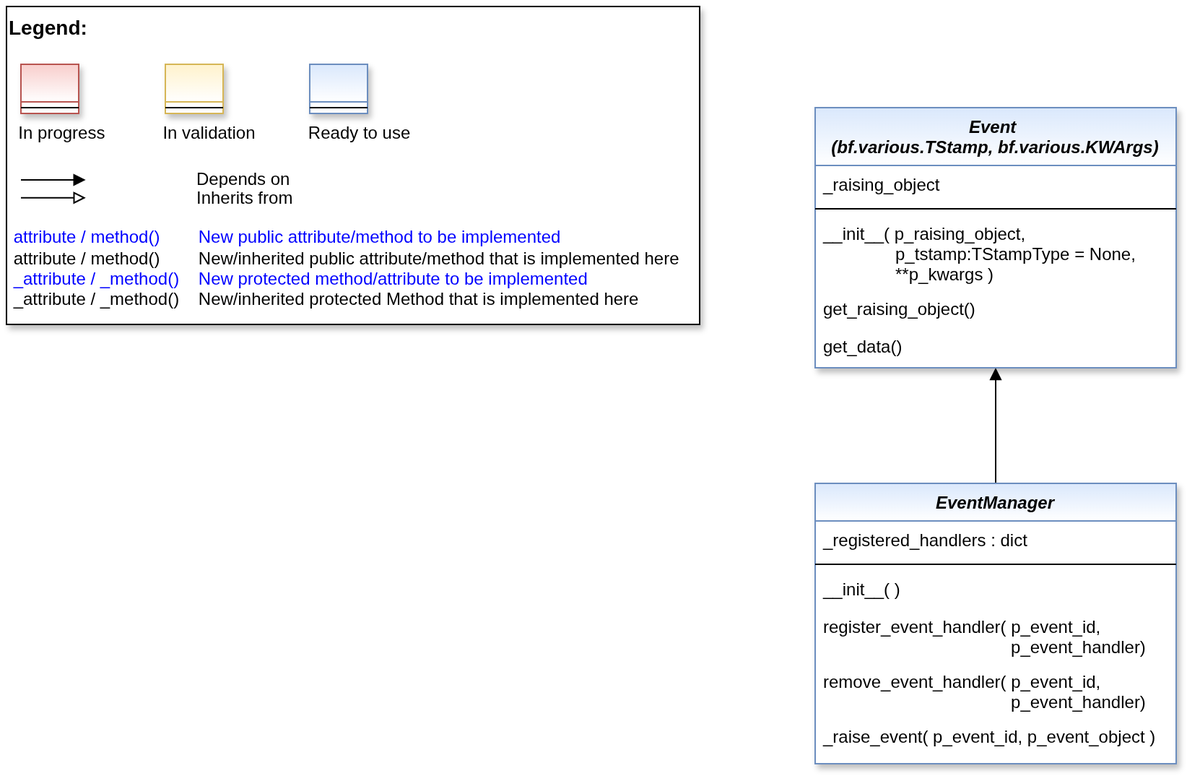
The draw.io diagram doc/rtd/content/99_appendices/appendix2/sub/mlpro_bf/layer1_computation/images/MLPro-BF-Events_class_diagram.drawio.png in blueaic/mlpro, before a commit. Source tidied: cells renumbered, new cells last; positions are measured from the earlier drawing's top-left corner, leaving out a move shared by most shapes.
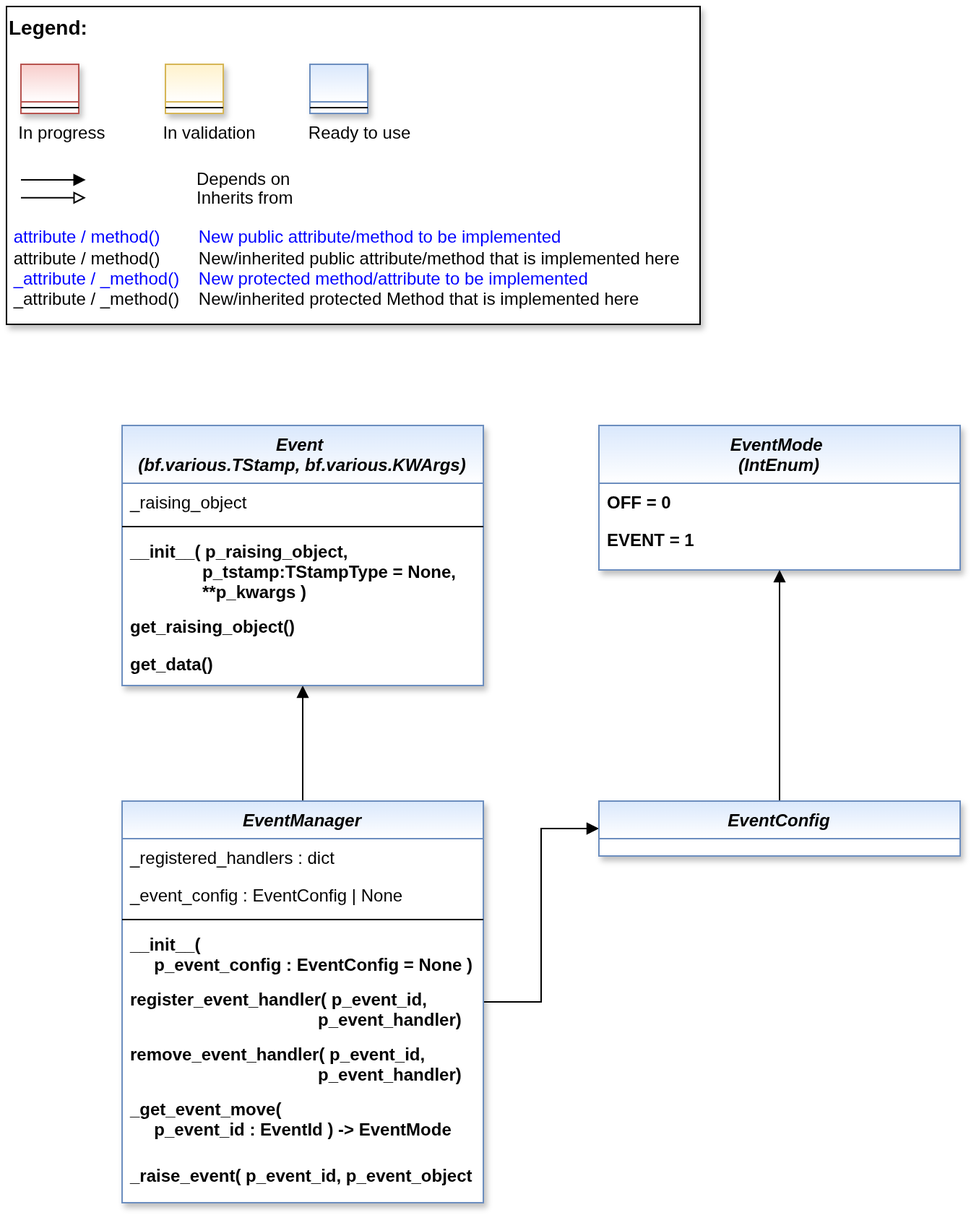
Above is the later version.

Commit message:
Redesign event management Fixes #28

Change to the diagram source:
```diff
@@ -2,88 +2,112 @@
   <root>
     <mxCell id="0" />
     <mxCell id="1" parent="0" />
-    <mxCell id="2" style="edgeStyle=orthogonalEdgeStyle;rounded=0;jettySize=auto;html=1;entryX=0.5;entryY=1;entryDx=0;entryDy=0;endArrow=block;endFill=1;" parent="1" edge="1" source="3" target="10">
+    <mxCell id="2" style="edgeStyle=orthogonalEdgeStyle;rounded=0;jettySize=auto;html=1;entryX=0.5;entryY=1;entryDx=0;entryDy=0;endArrow=block;endFill=1;" parent="1" edge="1" source="4" target="13">
       <mxGeometry relative="1" as="geometry" />
     </mxCell>
-    <mxCell id="3" value="EventManager" style="swimlane;fontStyle=3;align=center;verticalAlign=top;horizontal=1;startSize=26;rounded=0;shadow=1;strokeWidth=1;fillColor=#dae8fc;strokeColor=#6c8ebf;swimlaneFillColor=#ffffff;gradientColor=#ffffff;" parent="1" vertex="1">
-      <mxGeometry x="560" y="330" width="250" height="194" as="geometry" />
+    <mxCell id="3" style="edgeStyle=orthogonalEdgeStyle;rounded=0;jettySize=auto;html=1;endArrow=block;endFill=1;" parent="1" edge="1" source="4" target="33">
+      <mxGeometry relative="1" as="geometry" />
     </mxCell>
-    <mxCell id="4" value="_registered_handlers : dict" style="text;align=left;verticalAlign=top;spacingLeft=4;spacingRight=4;overflow=hidden;points=[[0,0.5],[1,0.5]];portConstraint=eastwest;" parent="3" vertex="1">
-      <mxGeometry y="26" width="250" height="26" as="geometry" />
+    <mxCell id="4" value="EventManager" style="swimlane;fontStyle=3;align=center;verticalAlign=top;horizontal=1;startSize=26;rounded=0;shadow=1;strokeWidth=1;fillColor=#dae8fc;strokeColor=#6c8ebf;swimlaneFillColor=#ffffff;gradientColor=#ffffff;" parent="1" vertex="1">
+      <mxGeometry x="80" y="550" width="250" height="278" as="geometry" />
     </mxCell>
-    <mxCell id="5" style="line;html=1;strokeWidth=1;align=left;verticalAlign=middle;spacingTop=-1;spacingLeft=3;spacingRight=3;labelPosition=right;" parent="3" vertex="1">
-      <mxGeometry y="52" width="250" height="8" as="geometry" />
+    <mxCell id="5" value="_registered_handlers : dict" style="text;align=left;verticalAlign=top;spacingLeft=4;spacingRight=4;overflow=hidden;" parent="4" vertex="1">
+      <mxGeometry y="26" width="250" height="26" as="geometry" />
     </mxCell>
-    <mxCell id="6" value="__init__( )" style="text;align=left;verticalAlign=top;spacingLeft=4;spacingRight=4;overflow=hidden;" parent="3" vertex="1">
-      <mxGeometry y="60" width="250" height="26" as="geometry" />
+    <mxCell id="6" value="_event_config : EventConfig | None" style="text;align=left;verticalAlign=top;spacingLeft=4;spacingRight=4;overflow=hidden;" parent="4" vertex="1">
+      <mxGeometry y="52" width="250" height="26" as="geometry" />
     </mxCell>
-    <mxCell id="7" value="register_event_handler( p_event_id, &#10;                                       p_event_handler)" style="text;align=left;verticalAlign=top;spacingLeft=4;spacingRight=4;overflow=hidden;fontColor=default;" parent="3" vertex="1">
-      <mxGeometry y="86" width="250" height="38" as="geometry" />
+    <mxCell id="7" style="line;html=1;strokeWidth=1;align=left;verticalAlign=middle;spacingTop=-1;spacingLeft=3;spacingRight=3;labelPosition=right;" parent="4" vertex="1">
+      <mxGeometry y="78" width="250" height="8" as="geometry" />
     </mxCell>
-    <mxCell id="8" value="remove_event_handler( p_event_id, &#10;                                       p_event_handler)" style="text;align=left;verticalAlign=top;spacingLeft=4;spacingRight=4;overflow=hidden;fontColor=default;" parent="3" vertex="1">
-      <mxGeometry y="124" width="250" height="38" as="geometry" />
+    <mxCell id="8" value="__init__( &#10;     p_event_config : EventConfig = None )" style="text;align=left;verticalAlign=top;spacingLeft=4;spacingRight=4;overflow=hidden;fontStyle=1;" parent="4" vertex="1">
+      <mxGeometry y="86" width="250" height="38" as="geometry" />
     </mxCell>
-    <mxCell id="9" value="_raise_event( p_event_id, p_event_object )" style="text;align=left;verticalAlign=top;spacingLeft=4;spacingRight=4;overflow=hidden;fontColor=default;" parent="3" vertex="1">
-      <mxGeometry y="162" width="250" height="32" as="geometry" />
+    <mxCell id="9" value="register_event_handler( p_event_id, &#10;                                       p_event_handler)" style="text;align=left;verticalAlign=top;spacingLeft=4;spacingRight=4;overflow=hidden;fontColor=default;fontStyle=1;" parent="4" vertex="1">
+      <mxGeometry y="124" width="250" height="38" as="geometry" />
     </mxCell>
-    <mxCell id="10" value="Event &#10;(bf.various.TStamp, bf.various.KWArgs)" style="swimlane;fontStyle=3;align=center;verticalAlign=top;horizontal=1;startSize=40;rounded=0;shadow=1;strokeWidth=1;fillColor=#dae8fc;strokeColor=#6c8ebf;glass=0;swimlaneFillColor=#ffffff;gradientColor=#ffffff;" parent="1" vertex="1">
-      <mxGeometry x="560" y="70" width="250" height="180" as="geometry" />
+    <mxCell id="10" value="remove_event_handler( p_event_id, &#10;                                       p_event_handler)" style="text;align=left;verticalAlign=top;spacingLeft=4;spacingRight=4;overflow=hidden;points=[[0,0.5],[1,0.5]];portConstraint=eastwest;fontColor=default;fontStyle=1;" parent="4" vertex="1">
+      <mxGeometry y="162" width="250" height="38" as="geometry" />
     </mxCell>
-    <mxCell id="11" value="_raising_object" style="text;align=left;verticalAlign=top;spacingLeft=4;spacingRight=4;overflow=hidden;" parent="10" vertex="1">
-      <mxGeometry y="40" width="250" height="26" as="geometry" />
+    <mxCell id="11" value="_get_event_move( &#10;     p_event_id : EventId ) -&gt; EventMode" style="text;align=left;verticalAlign=top;spacingLeft=4;spacingRight=4;overflow=hidden;fontColor=default;fontStyle=1;" parent="4" vertex="1">
+      <mxGeometry y="200" width="250" height="46" as="geometry" />
     </mxCell>
-    <mxCell id="12" style="line;html=1;strokeWidth=1;align=left;verticalAlign=middle;spacingTop=-1;spacingLeft=3;spacingRight=3;labelPosition=right;" parent="10" vertex="1">
-      <mxGeometry y="66" width="250" height="8" as="geometry" />
+    <mxCell id="12" value="_raise_event( p_event_id, p_event_object )" style="text;align=left;verticalAlign=top;spacingLeft=4;spacingRight=4;overflow=hidden;fontColor=default;fontStyle=1;" parent="4" vertex="1">
+      <mxGeometry y="246" width="250" height="32" as="geometry" />
     </mxCell>
-    <mxCell id="13" value="__init__( p_raising_object, &#10;               p_tstamp:TStampType = None, &#10;               **p_kwargs )" style="text;align=left;verticalAlign=top;spacingLeft=4;spacingRight=4;overflow=hidden;points=[[0,0.5],[1,0.5]];portConstraint=eastwest;" parent="10" vertex="1">
-      <mxGeometry y="74" width="250" height="52" as="geometry" />
+    <mxCell id="13" value="Event &#10;(bf.various.TStamp, bf.various.KWArgs)" style="swimlane;fontStyle=3;align=center;verticalAlign=top;horizontal=1;startSize=40;rounded=0;shadow=1;strokeWidth=1;fillColor=#dae8fc;strokeColor=#6c8ebf;glass=0;swimlaneFillColor=#ffffff;gradientColor=#ffffff;" parent="1" vertex="1">
+      <mxGeometry x="80" y="290" width="250" height="180" as="geometry" />
     </mxCell>
-    <mxCell id="14" value="get_raising_object()" style="text;align=left;verticalAlign=top;spacingLeft=4;spacingRight=4;overflow=hidden;fontColor=default;" parent="10" vertex="1">
-      <mxGeometry y="126" width="250" height="26" as="geometry" />
+    <mxCell id="14" value="_raising_object" style="text;align=left;verticalAlign=top;spacingLeft=4;spacingRight=4;overflow=hidden;" parent="13" vertex="1">
+      <mxGeometry y="40" width="250" height="26" as="geometry" />
     </mxCell>
-    <mxCell id="15" value="get_data()" style="text;align=left;verticalAlign=top;spacingLeft=4;spacingRight=4;overflow=hidden;fontColor=default;" parent="10" vertex="1">
-      <mxGeometry y="152" width="250" height="26" as="geometry" />
+    <mxCell id="15" style="line;html=1;strokeWidth=1;align=left;verticalAlign=middle;spacingTop=-1;spacingLeft=3;spacingRight=3;labelPosition=right;" parent="13" vertex="1">
+      <mxGeometry y="66" width="250" height="8" as="geometry" />
     </mxCell>
-    <mxCell id="16" style="group;" parent="1" vertex="1">
-      <mxGeometry width="480" height="220" as="geometry" />
+    <mxCell id="16" value="__init__( p_raising_object, &#10;               p_tstamp:TStampType = None, &#10;               **p_kwargs )" style="text;align=left;verticalAlign=top;spacingLeft=4;spacingRight=4;overflow=hidden;fontStyle=1;" parent="13" vertex="1">
+      <mxGeometry y="74" width="250" height="52" as="geometry" />
     </mxCell>
-    <mxCell id="17" value="&lt;font color=&quot;#000000&quot; size=&quot;1&quot;&gt;&lt;b style=&quot;font-size: 14px&quot;&gt;Legend:&lt;br&gt;&lt;/b&gt;&lt;/font&gt;&lt;br&gt;&lt;br&gt;&lt;br&gt;&lt;font color=&quot;#0000ff&quot; style=&quot;font-size: 6px&quot;&gt;&lt;br&gt;&lt;/font&gt;&lt;span style=&quot;color: rgb(0 , 0 , 0)&quot;&gt;&lt;font style=&quot;font-size: 4px&quot;&gt;&amp;nbsp; &amp;nbsp;&lt;/font&gt;&amp;nbsp;In progress&amp;nbsp; &amp;nbsp; &amp;nbsp; &amp;nbsp; &amp;nbsp; &amp;nbsp; In validation&amp;nbsp; &amp;nbsp; &amp;nbsp; &amp;nbsp; &amp;nbsp; &amp;nbsp;Ready to use&lt;/span&gt;&lt;font color=&quot;#000000&quot;&gt;&amp;nbsp;&lt;br&gt;&lt;/font&gt;&lt;font color=&quot;#0000ff&quot;&gt;&lt;br&gt;&lt;br&gt;&lt;br&gt;&lt;br&gt;&amp;nbsp;attribute / method()&amp;nbsp; &amp;nbsp; &amp;nbsp; &amp;nbsp; New public attribute/method to be implemented&lt;/font&gt;&lt;br&gt;&lt;font color=&quot;#000000&quot;&gt;&amp;nbsp;&lt;/font&gt;&lt;font color=&quot;#000000&quot;&gt;attribute / method()&lt;span&gt;&#9;&lt;/span&gt;&amp;nbsp; &amp;nbsp; &amp;nbsp; &amp;nbsp;New/inherited public attribute/method that is implemented here&lt;br&gt;&lt;/font&gt;&lt;font color=&quot;#0000ff&quot;&gt;&amp;nbsp;_attribute /&amp;nbsp;&lt;/font&gt;&lt;font color=&quot;#0000ff&quot;&gt;_method()&amp;nbsp; &amp;nbsp; New protected method/attribute to be implemented&lt;/font&gt;&lt;br&gt;&lt;font color=&quot;#000000&quot;&gt;&amp;nbsp;_attribute / _method()&amp;nbsp; &amp;nbsp; New/inherited protected Method that is implemented here&lt;br&gt;&lt;/font&gt;&lt;font color=&quot;#000000&quot;&gt;&lt;br&gt;&lt;br&gt;&lt;br&gt;&lt;br&gt;&lt;br&gt;&lt;/font&gt;" style="text;html=1;align=left;verticalAlign=top;whiteSpace=wrap;rounded=0;fontColor=#006600;strokeColor=#000000;shadow=1;fillColor=#ffffff;" parent="16" vertex="1">
-      <mxGeometry width="480" height="220" as="geometry" />
+    <mxCell id="17" value="get_raising_object()" style="text;align=left;verticalAlign=top;spacingLeft=4;spacingRight=4;overflow=hidden;fontColor=default;fontStyle=1;" parent="13" vertex="1">
+      <mxGeometry y="126" width="250" height="26" as="geometry" />
     </mxCell>
-    <mxCell id="18" value="Depends on" style="endArrow=block;html=1;labelPosition=right;verticalLabelPosition=middle;align=left;verticalAlign=middle;endFill=1;fontSize=12;" parent="16" edge="1">
-      <mxGeometry x="-1590" y="-2180" as="geometry">
-        <mxPoint x="10" y="120" as="sourcePoint" />
-        <mxPoint x="54.8" y="120" as="targetPoint" />
-        <Array as="points">
-          <mxPoint x="30" y="120" />
-        </Array>
-        <mxPoint x="98" as="offset" />
-      </mxGeometry>
+    <mxCell id="18" value="get_data()" style="text;align=left;verticalAlign=top;spacingLeft=4;spacingRight=4;overflow=hidden;fontColor=default;fontStyle=1;" parent="13" vertex="1">
+      <mxGeometry y="152" width="250" height="26" as="geometry" />
     </mxCell>
-    <mxCell id="19" value="Inherits from" style="endArrow=block;html=1;labelPosition=right;verticalLabelPosition=middle;align=left;verticalAlign=middle;endFill=0;fontSize=12;" parent="16" edge="1">
-      <mxGeometry x="-1590" y="-2180" as="geometry">
-        <mxPoint x="10" y="132.4" as="sourcePoint" />
-        <mxPoint x="54.8" y="132.4" as="targetPoint" />
-        <mxPoint x="98" y="1" as="offset" />
-      </mxGeometry>
+    <mxCell id="19" style="group;" parent="1" vertex="1">
+      <mxGeometry width="480" height="220" as="geometry" />
     </mxCell>
-    <mxCell id="20" style="swimlane;fontStyle=3;align=center;verticalAlign=top;horizontal=1;startSize=26;rounded=0;shadow=1;strokeWidth=1;fillColor=#f8cecc;strokeColor=#b85450;gradientColor=#ffffff;swimlaneFillColor=#ffffff;" parent="16" vertex="1">
-      <mxGeometry x="10" y="40" width="40" height="34" as="geometry" />
+    <mxCell id="20" value="&lt;font color=&quot;#000000&quot; size=&quot;1&quot;&gt;&lt;b style=&quot;font-size: 14px&quot;&gt;Legend:&lt;br&gt;&lt;/b&gt;&lt;/font&gt;&lt;br&gt;&lt;br&gt;&lt;br&gt;&lt;font color=&quot;#0000ff&quot; style=&quot;font-size: 6px&quot;&gt;&lt;br&gt;&lt;/font&gt;&lt;span style=&quot;color: rgb(0 , 0 , 0)&quot;&gt;&lt;font style=&quot;font-size: 4px&quot;&gt;&amp;nbsp; &amp;nbsp;&lt;/font&gt;&amp;nbsp;In progress&amp;nbsp; &amp;nbsp; &amp;nbsp; &amp;nbsp; &amp;nbsp; &amp;nbsp; In validation&amp;nbsp; &amp;nbsp; &amp;nbsp; &amp;nbsp; &amp;nbsp; &amp;nbsp;Ready to use&lt;/span&gt;&lt;font color=&quot;#000000&quot;&gt;&amp;nbsp;&lt;br&gt;&lt;/font&gt;&lt;font color=&quot;#0000ff&quot;&gt;&lt;br&gt;&lt;br&gt;&lt;br&gt;&lt;br&gt;&amp;nbsp;attribute / method()&amp;nbsp; &amp;nbsp; &amp;nbsp; &amp;nbsp; New public attribute/method to be implemented&lt;/font&gt;&lt;br&gt;&lt;font color=&quot;#000000&quot;&gt;&amp;nbsp;&lt;/font&gt;&lt;font color=&quot;#000000&quot;&gt;attribute / method()&lt;span&gt;&#9;&lt;/span&gt;&amp;nbsp; &amp;nbsp; &amp;nbsp; &amp;nbsp;New/inherited public attribute/method that is implemented here&lt;br&gt;&lt;/font&gt;&lt;font color=&quot;#0000ff&quot;&gt;&amp;nbsp;_attribute /&amp;nbsp;&lt;/font&gt;&lt;font color=&quot;#0000ff&quot;&gt;_method()&amp;nbsp; &amp;nbsp; New protected method/attribute to be implemented&lt;/font&gt;&lt;br&gt;&lt;font color=&quot;#000000&quot;&gt;&amp;nbsp;_attribute / _method()&amp;nbsp; &amp;nbsp; New/inherited protected Method that is implemented here&lt;br&gt;&lt;/font&gt;&lt;font color=&quot;#000000&quot;&gt;&lt;br&gt;&lt;br&gt;&lt;br&gt;&lt;br&gt;&lt;br&gt;&lt;/font&gt;" style="text;html=1;align=left;verticalAlign=top;whiteSpace=wrap;rounded=0;fontColor=#006600;strokeColor=#000000;shadow=1;fillColor=#ffffff;" parent="19" vertex="1">
+      <mxGeometry width="480" height="220" as="geometry" />
     </mxCell>
-    <mxCell id="21" style="line;html=1;strokeWidth=1;align=left;verticalAlign=middle;spacingTop=-1;spacingLeft=3;spacingRight=3;labelPosition=right;" parent="20" vertex="1">
-      <mxGeometry y="26" width="40" height="8" as="geometry" />
+    <mxCell id="21" value="Depends on" style="endArrow=block;html=1;labelPosition=right;verticalLabelPosition=middle;align=left;verticalAlign=middle;endFill=1;fontSize=12;" parent="19" edge="1">
+      <mxGeometry x="-1590" y="-2180" as="geometry">
+        <mxPoint x="10" y="120" as="sourcePoint" />
+        <mxPoint x="54.8" y="120" as="targetPoint" />
+        <Array as="points">
+          <mxPoint x="30" y="120" />
+        </Array>
+        <mxPoint x="98" as="offset" />
+      </mxGeometry>
     </mxCell>
-    <mxCell id="22" style="swimlane;fontStyle=3;align=center;verticalAlign=top;horizontal=1;startSize=26;rounded=0;shadow=1;strokeWidth=1;fillColor=#fff2cc;strokeColor=#d6b656;gradientColor=#ffffff;swimlaneFillColor=#ffffff;" parent="16" vertex="1">
-      <mxGeometry x="110" y="40" width="40" height="34" as="geometry" />
+    <mxCell id="22" value="Inherits from" style="endArrow=block;html=1;labelPosition=right;verticalLabelPosition=middle;align=left;verticalAlign=middle;endFill=0;fontSize=12;" parent="19" edge="1">
+      <mxGeometry x="-1590" y="-2180" as="geometry">
+        <mxPoint x="10" y="132.4" as="sourcePoint" />
+        <mxPoint x="54.8" y="132.4" as="targetPoint" />
+        <mxPoint x="98" y="1" as="offset" />
+      </mxGeometry>
     </mxCell>
-    <mxCell id="23" style="line;html=1;strokeWidth=1;align=left;verticalAlign=middle;spacingTop=-1;spacingLeft=3;spacingRight=3;labelPosition=right;" parent="22" vertex="1">
-      <mxGeometry y="26" width="40" height="8" as="geometry" />
+    <mxCell id="23" style="swimlane;fontStyle=3;align=center;verticalAlign=top;horizontal=1;startSize=26;rounded=0;shadow=1;strokeWidth=1;fillColor=#f8cecc;strokeColor=#b85450;gradientColor=#ffffff;swimlaneFillColor=#ffffff;" parent="19" vertex="1">
+      <mxGeometry x="10" y="40" width="40" height="34" as="geometry" />
     </mxCell>
-    <mxCell id="24" style="swimlane;fontStyle=3;align=center;verticalAlign=top;horizontal=1;startSize=26;rounded=0;shadow=1;strokeWidth=1;fillColor=#dae8fc;strokeColor=#6c8ebf;gradientColor=#ffffff;swimlaneFillColor=#ffffff;" parent="16" vertex="1">
-      <mxGeometry x="210" y="40" width="40" height="34" as="geometry" />
+    <mxCell id="24" style="line;html=1;strokeWidth=1;align=left;verticalAlign=middle;spacingTop=-1;spacingLeft=3;spacingRight=3;labelPosition=right;" parent="23" vertex="1">
+      <mxGeometry y="26" width="40" height="8" as="geometry" />
     </mxCell>
-    <mxCell id="25" style="line;html=1;strokeWidth=1;align=left;verticalAlign=middle;spacingTop=-1;spacingLeft=3;spacingRight=3;labelPosition=right;" parent="24" vertex="1">
-      <mxGeometry y="26" width="40" height="8" as="geometry" />
+    <mxCell id="25" style="swimlane;fontStyle=3;align=center;verticalAlign=top;horizontal=1;startSize=26;rounded=0;shadow=1;strokeWidth=1;fillColor=#fff2cc;strokeColor=#d6b656;gradientColor=#ffffff;swimlaneFillColor=#ffffff;" parent="19" vertex="1">
+      <mxGeometry x="110" y="40" width="40" height="34" as="geometry" />
     </mxCell>
+    <mxCell id="26" style="line;html=1;strokeWidth=1;align=left;verticalAlign=middle;spacingTop=-1;spacingLeft=3;spacingRight=3;labelPosition=right;" parent="25" vertex="1">
+      <mxGeometry y="26" width="40" height="8" as="geometry" />
+    </mxCell>
+    <mxCell id="27" style="swimlane;fontStyle=3;align=center;verticalAlign=top;horizontal=1;startSize=26;rounded=0;shadow=1;strokeWidth=1;fillColor=#dae8fc;strokeColor=#6c8ebf;gradientColor=#ffffff;swimlaneFillColor=#ffffff;" parent="19" vertex="1">
+      <mxGeometry x="210" y="40" width="40" height="34" as="geometry" />
+    </mxCell>
+    <mxCell id="28" style="line;html=1;strokeWidth=1;align=left;verticalAlign=middle;spacingTop=-1;spacingLeft=3;spacingRight=3;labelPosition=right;" parent="27" vertex="1">
+      <mxGeometry y="26" width="40" height="8" as="geometry" />
+    </mxCell>
+    <mxCell id="29" value="EventMode &#10;(IntEnum)" style="swimlane;fontStyle=3;align=center;verticalAlign=top;horizontal=1;startSize=40;rounded=0;shadow=1;strokeWidth=1;fillColor=#dae8fc;strokeColor=#6c8ebf;glass=0;swimlaneFillColor=#ffffff;gradientColor=#ffffff;" parent="1" vertex="1">
+      <mxGeometry x="410" y="290" width="250" height="100" as="geometry" />
+    </mxCell>
+    <mxCell id="30" value="OFF = 0" style="text;align=left;verticalAlign=top;spacingLeft=4;spacingRight=4;overflow=hidden;fontStyle=1;" parent="29" vertex="1">
+      <mxGeometry y="40" width="250" height="26" as="geometry" />
+    </mxCell>
+    <mxCell id="31" value="EVENT = 1" style="text;align=left;verticalAlign=top;spacingLeft=4;spacingRight=4;overflow=hidden;fontStyle=1;" parent="29" vertex="1">
+      <mxGeometry y="66" width="250" height="26" as="geometry" />
+    </mxCell>
+    <mxCell id="32" style="edgeStyle=orthogonalEdgeStyle;rounded=0;jettySize=auto;html=1;endArrow=block;endFill=1;" parent="1" edge="1" source="33" target="29">
+      <mxGeometry relative="1" as="geometry" />
+    </mxCell>
+    <mxCell id="33" value="EventConfig" style="swimlane;fontStyle=3;align=center;verticalAlign=top;horizontal=1;startSize=26;rounded=0;shadow=1;strokeWidth=1;fillColor=#dae8fc;strokeColor=#6c8ebf;glass=0;swimlaneFillColor=#ffffff;gradientColor=#ffffff;" parent="1" vertex="1">
+      <mxGeometry x="410" y="550" width="250" height="38" as="geometry" />
+    </mxCell>
   </root>
 </mxGraphModel>
```
